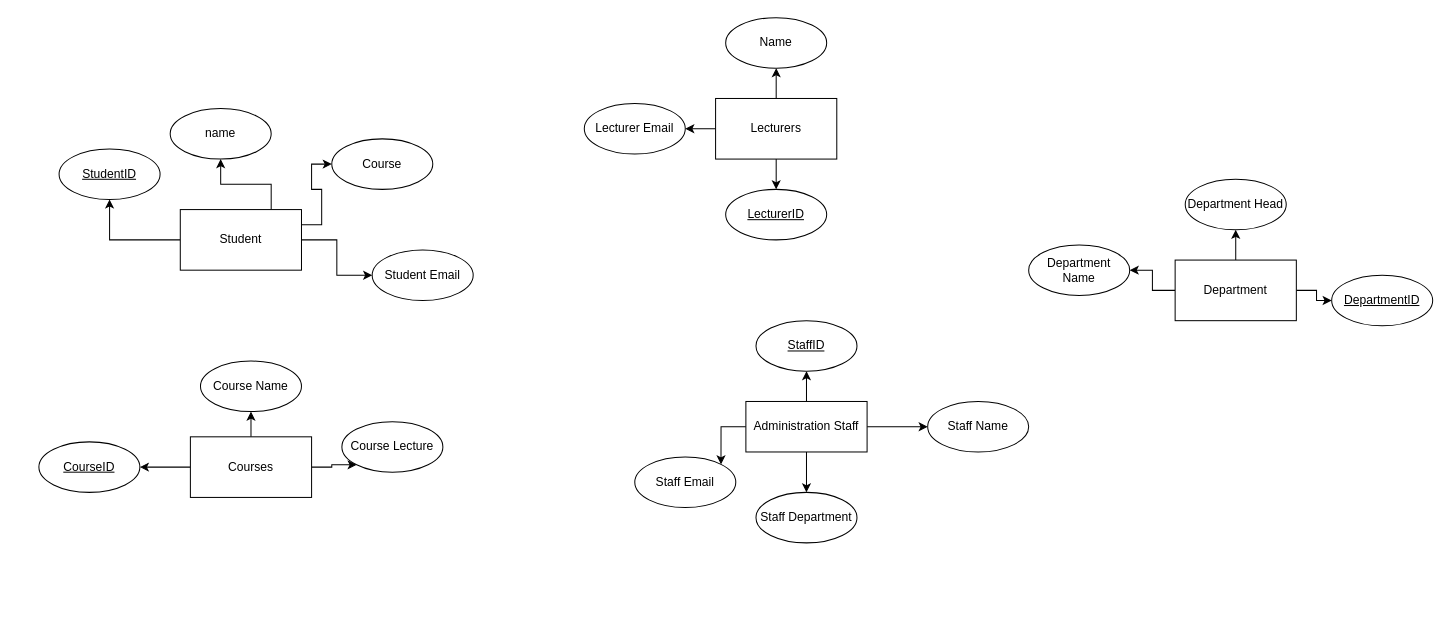
This is course_work_erd.drawio from David-Jacks/Diagrams, a draw.io file, before an edit. Source tidied: cells renumbered, new cells numbered last; positions are measured from the earlier drawing's top-left corner, leaving out a move shared by most shapes. Both pictures are drawn from the tidied source at 101%, with x=0, y=0 at pixel (38, 17).
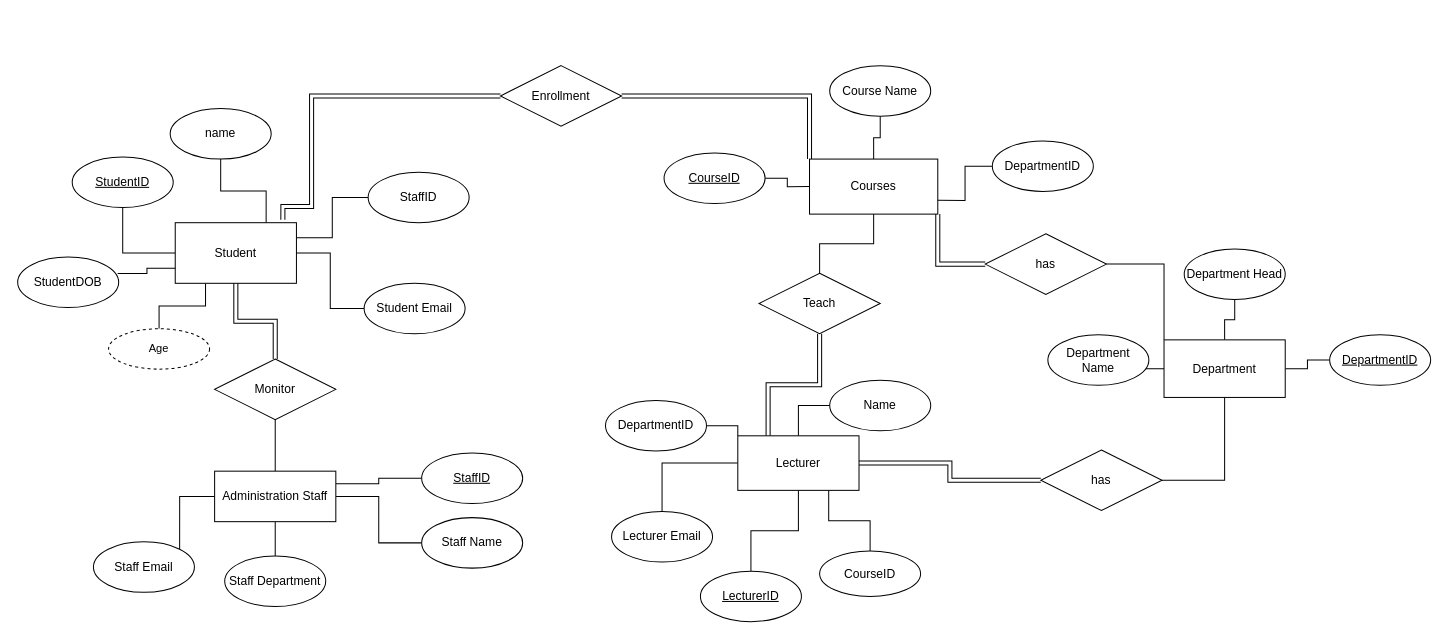
The same diagram, later.

The change refers to these unchanged cells:
```xml
<mxCell id="25" value="name" style="ellipse;whiteSpace=wrap;html=1;" parent="1" vertex="1">
  <mxGeometry x="130" y="90" width="100" height="50" as="geometry" />
</mxCell>
```

What changed in the source:
```diff
@@
-    <mxCell id="2" style="edgeStyle=orthogonalEdgeStyle;rounded=0;jettySize=auto;html=1;entryX=0;entryY=0.5;entryDx=0;entryDy=0;" parent="1" edge="1" source="6" target="27">
+    <mxCell id="2" style="edgeStyle=orthogonalEdgeStyle;rounded=0;jettySize=auto;html=1;entryX=0;entryY=0.5;entryDx=0;entryDy=0;strokeColor=default;endArrow=none;endFill=0;" parent="1" edge="1" source="6" target="27">
       <mxGeometry relative="1" as="geometry" />
     </mxCell>
-    <mxCell id="3" style="edgeStyle=orthogonalEdgeStyle;rounded=0;jettySize=auto;html=1;exitX=1;exitY=0.25;exitDx=0;exitDy=0;entryX=0;entryY=0.5;entryDx=0;entryDy=0;" parent="1" edge="1" source="6" target="26">
+    <mxCell id="3" style="edgeStyle=orthogonalEdgeStyle;rounded=0;jettySize=auto;html=1;exitX=1;exitY=0.25;exitDx=0;exitDy=0;entryX=0;entryY=0.5;entryDx=0;entryDy=0;endArrow=none;endFill=0;" parent="1" edge="1" source="6" target="26">
       <mxGeometry relative="1" as="geometry" />
     </mxCell>
-    <mxCell id="4" style="edgeStyle=orthogonalEdgeStyle;rounded=0;jettySize=auto;html=1;entryX=0.5;entryY=1;entryDx=0;entryDy=0;" parent="1" edge="1" source="6" target="24">
+    <mxCell id="4" style="edgeStyle=orthogonalEdgeStyle;rounded=0;jettySize=auto;html=1;entryX=0.5;entryY=1;entryDx=0;entryDy=0;endArrow=none;endFill=0;" parent="1" edge="1" source="6" target="24">
       <mxGeometry relative="1" as="geometry" />
     </mxCell>
-    <mxCell id="5" style="edgeStyle=orthogonalEdgeStyle;rounded=0;jettySize=auto;html=1;exitX=0.75;exitY=0;exitDx=0;exitDy=0;entryX=0.5;entryY=1;entryDx=0;entryDy=0;" parent="1" edge="1" source="6" target="25">
+    <mxCell id="5" style="edgeStyle=orthogonalEdgeStyle;rounded=0;jettySize=auto;html=1;exitX=0.75;exitY=0;exitDx=0;exitDy=0;entryX=0.5;entryY=1;entryDx=0;entryDy=0;endArrow=none;endFill=0;" parent="1" edge="1" source="6" target="25">
       <mxGeometry relative="1" as="geometry" />
     </mxCell>
+    <mxCell id="41" style="edgeStyle=orthogonalEdgeStyle;rounded=0;jettySize=auto;html=1;exitX=0.888;exitY=-0.049;exitDx=0;exitDy=0;entryX=0;entryY=0.5;entryDx=0;entryDy=0;exitPerimeter=0;shape=link;" parent="1" edge="1" source="6" target="57">
+      <mxGeometry relative="1" as="geometry">
+        <Array as="points">
+          <mxPoint x="270" y="187" />
+          <mxPoint x="270" y="78" />
+        </Array>
+      </mxGeometry>
+    </mxCell>
+    <mxCell id="42" style="edgeStyle=orthogonalEdgeStyle;shape=connector;rounded=0;jettySize=auto;html=1;exitX=0.25;exitY=1;exitDx=0;exitDy=0;strokeColor=default;align=center;verticalAlign=middle;fontFamily=Helvetica;fontSize=11;fontColor=default;labelBackgroundColor=default;endArrow=none;endFill=0;" parent="1" edge="1" source="6" target="64">
+      <mxGeometry relative="1" as="geometry" />
+    </mxCell>
     <mxCell id="6" value="Student" style="rounded=0;whiteSpace=wrap;html=1;" parent="1" vertex="1">
-      <mxGeometry x="140" y="190" width="120" height="60" as="geometry" />
+      <mxGeometry x="135" y="203" width="120" height="60" as="geometry" />
     </mxCell>
-    <mxCell id="7" style="edgeStyle=orthogonalEdgeStyle;rounded=0;jettySize=auto;html=1;" parent="1" edge="1" source="10" target="38">
+    <mxCell id="7" style="edgeStyle=orthogonalEdgeStyle;rounded=0;jettySize=auto;html=1;endArrow=none;endFill=0;" parent="1" edge="1" source="10" target="38">
       <mxGeometry relative="1" as="geometry" />
     </mxCell>
-    <mxCell id="8" style="edgeStyle=orthogonalEdgeStyle;rounded=0;jettySize=auto;html=1;" parent="1" edge="1" source="10" target="39">
+    <mxCell id="8" style="edgeStyle=orthogonalEdgeStyle;rounded=0;jettySize=auto;html=1;endArrow=none;endFill=0;entryX=0;entryY=0.5;entryDx=0;entryDy=0;" parent="1" edge="1" source="10" target="39">
       <mxGeometry relative="1" as="geometry" />
     </mxCell>
-    <mxCell id="9" style="edgeStyle=orthogonalEdgeStyle;rounded=0;jettySize=auto;html=1;" parent="1" edge="1" source="10" target="40">
+    <mxCell id="9" style="edgeStyle=orthogonalEdgeStyle;rounded=0;jettySize=auto;html=1;endArrow=none;endFill=0;" parent="1" edge="1" source="10" target="40">
       <mxGeometry relative="1" as="geometry" />
     </mxCell>
+    <mxCell id="43" style="edgeStyle=orthogonalEdgeStyle;rounded=0;jettySize=auto;html=1;entryX=0;entryY=0.5;entryDx=0;entryDy=0;shape=link;" parent="1" edge="1" source="10" target="54">
+      <mxGeometry relative="1" as="geometry" />
+    </mxCell>
+    <mxCell id="44" style="edgeStyle=orthogonalEdgeStyle;rounded=0;jettySize=auto;html=1;exitX=0.25;exitY=0;exitDx=0;exitDy=0;entryX=0.5;entryY=1;entryDx=0;entryDy=0;endArrow=none;endFill=0;shape=link;" parent="1" edge="1" source="10" target="58">
+      <mxGeometry relative="1" as="geometry" />
+    </mxCell>
+    <mxCell id="45" style="edgeStyle=orthogonalEdgeStyle;rounded=0;jettySize=auto;html=1;exitX=0.75;exitY=1;exitDx=0;exitDy=0;entryX=0.5;entryY=0;entryDx=0;entryDy=0;endArrow=none;endFill=0;" parent="1" edge="1" source="10" target="59">
+      <mxGeometry relative="1" as="geometry" />
+    </mxCell>
-    <mxCell id="10" value="Lecturers" style="rounded=0;whiteSpace=wrap;html=1;" parent="1" vertex="1">
-      <mxGeometry x="670" y="80" width="120" height="60" as="geometry" />
+    <mxCell id="10" value="Lecturer" style="rounded=0;whiteSpace=wrap;html=1;" parent="1" vertex="1">
+      <mxGeometry x="692" y="414" width="120" height="54" as="geometry" />
     </mxCell>
-    <mxCell id="11" style="edgeStyle=orthogonalEdgeStyle;rounded=0;jettySize=auto;html=1;entryX=0;entryY=0.5;entryDx=0;entryDy=0;" parent="1" edge="1" source="14" target="29">
+    <mxCell id="11" style="edgeStyle=orthogonalEdgeStyle;rounded=0;jettySize=auto;html=1;entryX=0;entryY=0.5;entryDx=0;entryDy=0;endArrow=none;endFill=0;" parent="1" edge="1" source="14" target="29">
       <mxGeometry relative="1" as="geometry" />
     </mxCell>
-    <mxCell id="12" style="edgeStyle=orthogonalEdgeStyle;rounded=0;jettySize=auto;html=1;" parent="1" edge="1" source="14" target="37">
+    <mxCell id="12" style="edgeStyle=orthogonalEdgeStyle;rounded=0;jettySize=auto;html=1;endArrow=none;endFill=0;" parent="1" edge="1" source="14" target="37">
       <mxGeometry relative="1" as="geometry" />
     </mxCell>
-    <mxCell id="13" style="edgeStyle=orthogonalEdgeStyle;rounded=0;jettySize=auto;html=1;" parent="1" edge="1" source="14" target="36">
+    <mxCell id="13" style="edgeStyle=orthogonalEdgeStyle;rounded=0;jettySize=auto;html=1;endArrow=none;endFill=0;" parent="1" edge="1" source="14" target="36">
       <mxGeometry relative="1" as="geometry" />
     </mxCell>
+    <mxCell id="46" style="edgeStyle=orthogonalEdgeStyle;rounded=0;jettySize=auto;html=1;entryX=1;entryY=0.5;entryDx=0;entryDy=0;exitX=0.5;exitY=1;exitDx=0;exitDy=0;endArrow=none;endFill=0;" parent="1" edge="1" source="14" target="54">
+      <mxGeometry relative="1" as="geometry" />
+    </mxCell>
+    <mxCell id="47" style="edgeStyle=orthogonalEdgeStyle;rounded=0;jettySize=auto;html=1;exitX=0;exitY=0;exitDx=0;exitDy=0;entryX=1;entryY=0.5;entryDx=0;entryDy=0;endArrow=none;endFill=0;" parent="1" edge="1" source="14" target="60">
+      <mxGeometry relative="1" as="geometry" />
+    </mxCell>
     <mxCell id="14" value="Department" style="rounded=0;whiteSpace=wrap;html=1;" parent="1" vertex="1">
-      <mxGeometry x="1125" y="240" width="120" height="60" as="geometry" />
+      <mxGeometry x="1114" y="319" width="120" height="57" as="geometry" />
     </mxCell>
+    <mxCell id="16" style="edgeStyle=orthogonalEdgeStyle;rounded=0;jettySize=auto;html=1;exitX=0;exitY=0.5;exitDx=0;exitDy=0;entryX=1;entryY=0.5;entryDx=0;entryDy=0;endArrow=none;endFill=0;" parent="1" edge="1" source="18" target="30">
+      <mxGeometry relative="1" as="geometry" />
+    </mxCell>
-    <mxCell id="15" style="edgeStyle=orthogonalEdgeStyle;rounded=0;jettySize=auto;html=1;entryX=0.5;entryY=1;entryDx=0;entryDy=0;" parent="1" edge="1" source="18" target="28">
+    <mxCell id="15" style="edgeStyle=orthogonalEdgeStyle;rounded=0;jettySize=auto;html=1;endArrow=none;endFill=0;" parent="1" edge="1" source="18" target="28">
       <mxGeometry relative="1" as="geometry" />
     </mxCell>
-    <mxCell id="16" style="edgeStyle=orthogonalEdgeStyle;rounded=0;jettySize=auto;html=1;exitX=0;exitY=0.5;exitDx=0;exitDy=0;entryX=1;entryY=0.5;entryDx=0;entryDy=0;" parent="1" edge="1" source="18" target="30">
-      <mxGeometry relative="1" as="geometry" />
-    </mxCell>
-    <mxCell id="17" style="edgeStyle=orthogonalEdgeStyle;rounded=0;jettySize=auto;html=1;exitX=1;exitY=0.5;exitDx=0;exitDy=0;entryX=0;entryY=1;entryDx=0;entryDy=0;" parent="1" edge="1" source="18" target="31">
-      <mxGeometry relative="1" as="geometry" />
-    </mxCell>
+    <mxCell id="48" style="edgeStyle=orthogonalEdgeStyle;rounded=0;jettySize=auto;html=1;exitX=0;exitY=0;exitDx=0;exitDy=0;entryX=1;entryY=0.5;entryDx=0;entryDy=0;shape=link;" parent="1" edge="1" source="18" target="57">
+      <mxGeometry relative="1" as="geometry" />
+    </mxCell>
+    <mxCell id="49" style="edgeStyle=orthogonalEdgeStyle;rounded=0;jettySize=auto;html=1;entryX=0.5;entryY=0;entryDx=0;entryDy=0;endArrow=none;endFill=0;" parent="1" edge="1" source="18" target="58">
+      <mxGeometry relative="1" as="geometry" />
+    </mxCell>
+    <mxCell id="50" style="edgeStyle=orthogonalEdgeStyle;rounded=0;jettySize=auto;html=1;exitX=1;exitY=1;exitDx=0;exitDy=0;entryX=0;entryY=0.5;entryDx=0;entryDy=0;shape=link;" parent="1" edge="1" source="18" target="60">
+      <mxGeometry relative="1" as="geometry" />
+    </mxCell>
     <mxCell id="18" value="Courses" style="rounded=0;whiteSpace=wrap;html=1;" parent="1" vertex="1">
-      <mxGeometry x="150" y="415" width="120" height="60" as="geometry" />
+      <mxGeometry x="763" y="140" width="127" height="54.5" as="geometry" />
     </mxCell>
-    <mxCell id="19" style="edgeStyle=orthogonalEdgeStyle;rounded=0;jettySize=auto;html=1;entryX=1;entryY=0;entryDx=0;entryDy=0;" parent="1" edge="1" source="23" target="32">
+    <mxCell id="19" style="edgeStyle=orthogonalEdgeStyle;rounded=0;jettySize=auto;html=1;entryX=1;entryY=0;entryDx=0;entryDy=0;endArrow=none;endFill=0;" parent="1" edge="1" source="23" target="32">
       <mxGeometry relative="1" as="geometry" />
     </mxCell>
-    <mxCell id="20" style="edgeStyle=orthogonalEdgeStyle;rounded=0;jettySize=auto;html=1;entryX=0.5;entryY=0;entryDx=0;entryDy=0;" parent="1" edge="1" source="23" target="34">
+    <mxCell id="20" style="edgeStyle=orthogonalEdgeStyle;rounded=0;jettySize=auto;html=1;entryX=0.5;entryY=0;entryDx=0;entryDy=0;endArrow=none;endFill=0;" parent="1" edge="1" source="23" target="34">
       <mxGeometry relative="1" as="geometry" />
     </mxCell>
-    <mxCell id="21" style="edgeStyle=orthogonalEdgeStyle;rounded=0;jettySize=auto;html=1;" parent="1" edge="1" source="23" target="33">
+    <mxCell id="21" style="edgeStyle=orthogonalEdgeStyle;rounded=0;jettySize=auto;html=1;endArrow=none;endFill=0;" parent="1" edge="1" source="23" target="33">
       <mxGeometry relative="1" as="geometry" />
     </mxCell>
-    <mxCell id="22" style="edgeStyle=orthogonalEdgeStyle;rounded=0;jettySize=auto;html=1;" parent="1" edge="1" source="23" target="35">
+    <mxCell id="22" style="edgeStyle=orthogonalEdgeStyle;rounded=0;jettySize=auto;html=1;endArrow=none;endFill=0;exitX=1;exitY=0.25;exitDx=0;exitDy=0;entryX=0;entryY=0.5;entryDx=0;entryDy=0;" parent="1" edge="1" source="23" target="35">
       <mxGeometry relative="1" as="geometry" />
     </mxCell>
+    <mxCell id="51" style="edgeStyle=orthogonalEdgeStyle;rounded=0;jettySize=auto;html=1;entryX=0.5;entryY=1;entryDx=0;entryDy=0;endArrow=none;endFill=0;" parent="1" edge="1" source="23" target="53">
+      <mxGeometry relative="1" as="geometry" />
+    </mxCell>
     <mxCell id="23" value="Administration Staff" style="rounded=0;whiteSpace=wrap;html=1;" parent="1" vertex="1">
-      <mxGeometry x="700" y="380" width="120" height="50" as="geometry" />
+      <mxGeometry x="174" y="449" width="120" height="50" as="geometry" />
     </mxCell>
     <mxCell id="24" value="&lt;u&gt;StudentID&lt;/u&gt;" style="ellipse;whiteSpace=wrap;html=1;" parent="1" vertex="1">
-      <mxGeometry x="20" y="130" width="100" height="50" as="geometry" />
+      <mxGeometry x="33" y="138" width="100" height="50" as="geometry" />
     </mxCell>
@@
-    <mxCell id="26" value="Course" style="ellipse;whiteSpace=wrap;html=1;" parent="1" vertex="1">
-      <mxGeometry x="290" y="120" width="100" height="50" as="geometry" />
+    <mxCell id="26" value="StaffID" style="ellipse;whiteSpace=wrap;html=1;" parent="1" vertex="1">
+      <mxGeometry x="326" y="153" width="100" height="50" as="geometry" />
     </mxCell>
     <mxCell id="27" value="Student Email" style="ellipse;whiteSpace=wrap;html=1;" parent="1" vertex="1">
-      <mxGeometry x="330" y="230" width="100" height="50" as="geometry" />
+      <mxGeometry x="322" y="263" width="100" height="50" as="geometry" />
     </mxCell>
     <mxCell id="28" value="Course Name" style="ellipse;whiteSpace=wrap;html=1;" parent="1" vertex="1">
-      <mxGeometry x="160" y="340" width="100" height="50" as="geometry" />
+      <mxGeometry x="783" y="47.5" width="100" height="50" as="geometry" />
     </mxCell>
     <mxCell id="29" value="&lt;u&gt;DepartmentID&lt;/u&gt;" style="ellipse;whiteSpace=wrap;html=1;" parent="1" vertex="1">
-      <mxGeometry x="1280" y="255" width="100" height="50" as="geometry" />
+      <mxGeometry x="1278" y="314" width="100" height="50" as="geometry" />
     </mxCell>
     <mxCell id="30" value="&lt;u&gt;CourseID&lt;/u&gt;" style="ellipse;whiteSpace=wrap;html=1;" parent="1" vertex="1">
-      <mxGeometry y="420" width="100" height="50" as="geometry" />
+      <mxGeometry x="619" y="134" width="100" height="50" as="geometry" />
     </mxCell>
-    <mxCell id="31" value="Course Lecture" style="ellipse;whiteSpace=wrap;html=1;" parent="1" vertex="1">
-      <mxGeometry x="300" y="400" width="100" height="50" as="geometry" />
-    </mxCell>
     <mxCell id="32" value="Staff Email" style="ellipse;whiteSpace=wrap;html=1;" parent="1" vertex="1">
-      <mxGeometry x="590" y="435" width="100" height="50" as="geometry" />
+      <mxGeometry x="54" y="519" width="100" height="50" as="geometry" />
     </mxCell>
     <mxCell id="33" value="Staff Name" style="ellipse;whiteSpace=wrap;html=1;" parent="1" vertex="1">
-      <mxGeometry x="880" y="380" width="100" height="50" as="geometry" />
+      <mxGeometry x="379" y="495" width="100" height="50" as="geometry" />
     </mxCell>
     <mxCell id="34" value="Staff Department" style="ellipse;whiteSpace=wrap;html=1;" parent="1" vertex="1">
-      <mxGeometry x="710" y="470" width="100" height="50" as="geometry" />
+      <mxGeometry x="184" y="533" width="100" height="50" as="geometry" />
     </mxCell>
     <mxCell id="35" value="&lt;u&gt;StaffID&lt;/u&gt;" style="ellipse;whiteSpace=wrap;html=1;" parent="1" vertex="1">
-      <mxGeometry x="710" y="300" width="100" height="50" as="geometry" />
+      <mxGeometry x="379" y="431" width="100" height="50" as="geometry" />
     </mxCell>
     <mxCell id="36" value="Department Head" style="ellipse;whiteSpace=wrap;html=1;" parent="1" vertex="1">
-      <mxGeometry x="1135" y="160" width="100" height="50" as="geometry" />
+      <mxGeometry x="1134" y="229" width="100" height="50" as="geometry" />
     </mxCell>
     <mxCell id="37" value="Department Name" style="ellipse;whiteSpace=wrap;html=1;" parent="1" vertex="1">
-      <mxGeometry x="980" y="225" width="100" height="50" as="geometry" />
+      <mxGeometry x="999" y="314" width="100" height="50" as="geometry" />
     </mxCell>
     <mxCell id="38" value="&lt;u&gt;LecturerID&lt;/u&gt;" style="ellipse;whiteSpace=wrap;html=1;" parent="1" vertex="1">
-      <mxGeometry x="680" y="170" width="100" height="50" as="geometry" />
+      <mxGeometry x="655" y="548" width="100" height="50" as="geometry" />
     </mxCell>
     <mxCell id="39" value="Name" style="ellipse;whiteSpace=wrap;html=1;" parent="1" vertex="1">
-      <mxGeometry x="680" width="100" height="50" as="geometry" />
+      <mxGeometry x="783" y="359" width="100" height="50" as="geometry" />
     </mxCell>
     <mxCell id="40" value="Lecturer Email" style="ellipse;whiteSpace=wrap;html=1;" parent="1" vertex="1">
-      <mxGeometry x="540" y="85" width="100" height="50" as="geometry" />
+      <mxGeometry x="567" y="489" width="100" height="50" as="geometry" />
     </mxCell>
+    <mxCell id="52" style="edgeStyle=orthogonalEdgeStyle;rounded=0;jettySize=auto;html=1;entryX=0.5;entryY=1;entryDx=0;entryDy=0;shape=link;" parent="1" edge="1" source="53" target="6">
+      <mxGeometry relative="1" as="geometry" />
+    </mxCell>
+    <mxCell id="53" value="Monitor" style="shape=rhombus;perimeter=rhombusPerimeter;whiteSpace=wrap;html=1;align=center;" parent="1" vertex="1">
+      <mxGeometry x="174" y="338" width="120" height="60" as="geometry" />
+    </mxCell>
+    <mxCell id="54" value="has" style="shape=rhombus;perimeter=rhombusPerimeter;whiteSpace=wrap;html=1;align=center;" parent="1" vertex="1">
+      <mxGeometry x="992" y="428" width="120" height="60" as="geometry" />
+    </mxCell>
+    <mxCell id="55" style="edgeStyle=orthogonalEdgeStyle;rounded=0;jettySize=auto;html=1;exitX=1;exitY=0.5;exitDx=0;exitDy=0;entryX=0;entryY=0;entryDx=0;entryDy=0;endArrow=none;endFill=0;" parent="1" edge="1" source="56" target="10">
+      <mxGeometry relative="1" as="geometry" />
+    </mxCell>
+    <mxCell id="56" value="DepartmentID" style="ellipse;whiteSpace=wrap;html=1;" parent="1" vertex="1">
+      <mxGeometry x="561" y="379" width="100" height="50" as="geometry" />
+    </mxCell>
+    <mxCell id="57" value="Enrollment" style="shape=rhombus;perimeter=rhombusPerimeter;whiteSpace=wrap;html=1;align=center;" parent="1" vertex="1">
+      <mxGeometry x="457" y="47.5" width="120" height="60" as="geometry" />
+    </mxCell>
+    <mxCell id="58" value="Teach" style="shape=rhombus;perimeter=rhombusPerimeter;whiteSpace=wrap;html=1;align=center;" parent="1" vertex="1">
+      <mxGeometry x="713" y="253" width="120" height="60" as="geometry" />
+    </mxCell>
+    <mxCell id="59" value="CourseID" style="ellipse;whiteSpace=wrap;html=1;" parent="1" vertex="1">
+      <mxGeometry x="773" y="528" width="100" height="45" as="geometry" />
+    </mxCell>
+    <mxCell id="60" value="has" style="shape=rhombus;perimeter=rhombusPerimeter;whiteSpace=wrap;html=1;align=center;" parent="1" vertex="1">
+      <mxGeometry x="937" y="214" width="120" height="60" as="geometry" />
+    </mxCell>
+    <mxCell id="61" style="edgeStyle=orthogonalEdgeStyle;rounded=0;jettySize=auto;html=1;exitX=0;exitY=0.5;exitDx=0;exitDy=0;entryX=1;entryY=0.75;entryDx=0;entryDy=0;endArrow=none;endFill=0;" parent="1" edge="1" source="62" target="18">
+      <mxGeometry relative="1" as="geometry" />
+    </mxCell>
+    <mxCell id="62" value="DepartmentID" style="ellipse;whiteSpace=wrap;html=1;" parent="1" vertex="1">
+      <mxGeometry x="944" y="122" width="100" height="50" as="geometry" />
+    </mxCell>
+    <mxCell id="63" value="StudentDOB" style="ellipse;whiteSpace=wrap;html=1;" parent="1" vertex="1">
+      <mxGeometry x="-21" y="237" width="100" height="50" as="geometry" />
+    </mxCell>
+    <mxCell id="64" value="Age" style="ellipse;whiteSpace=wrap;html=1;align=center;dashed=1;fontFamily=Helvetica;fontSize=11;fontColor=default;labelBackgroundColor=default;" parent="1" vertex="1">
+      <mxGeometry x="69" y="308" width="100" height="40" as="geometry" />
+    </mxCell>
+    <mxCell id="65" style="edgeStyle=orthogonalEdgeStyle;shape=connector;rounded=0;jettySize=auto;html=1;exitX=0;exitY=0.75;exitDx=0;exitDy=0;entryX=0.99;entryY=0.328;entryDx=0;entryDy=0;entryPerimeter=0;strokeColor=default;align=center;verticalAlign=middle;fontFamily=Helvetica;fontSize=11;fontColor=default;labelBackgroundColor=default;endArrow=none;endFill=0;" parent="1" edge="1" source="6" target="63">
+      <mxGeometry relative="1" as="geometry" />
+    </mxCell>
```
